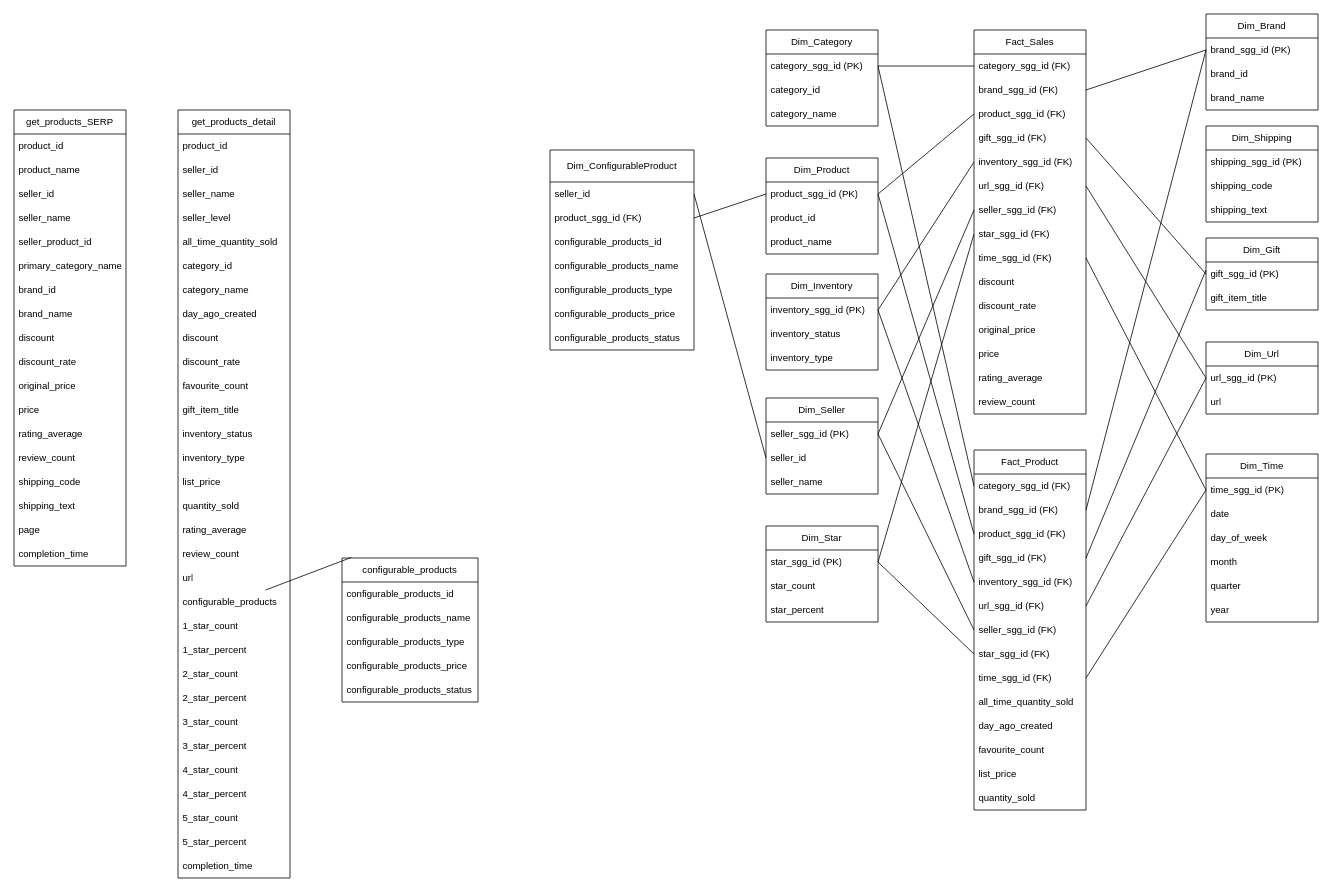
Earlier version of the draw.io diagram page "raw_data" (1 of 2) of schema/schema.drawio (thaitrann/Project_Shopee_ETL_Visualization). Source tidied: cells renumbered, new cells numbered last; positions are measured from the earlier drawing's top-left corner, leaving out a move shared by most shapes. Both pictures are drawn from the tidied source at 80%, with x=0, y=0 at pixel (14, 14).
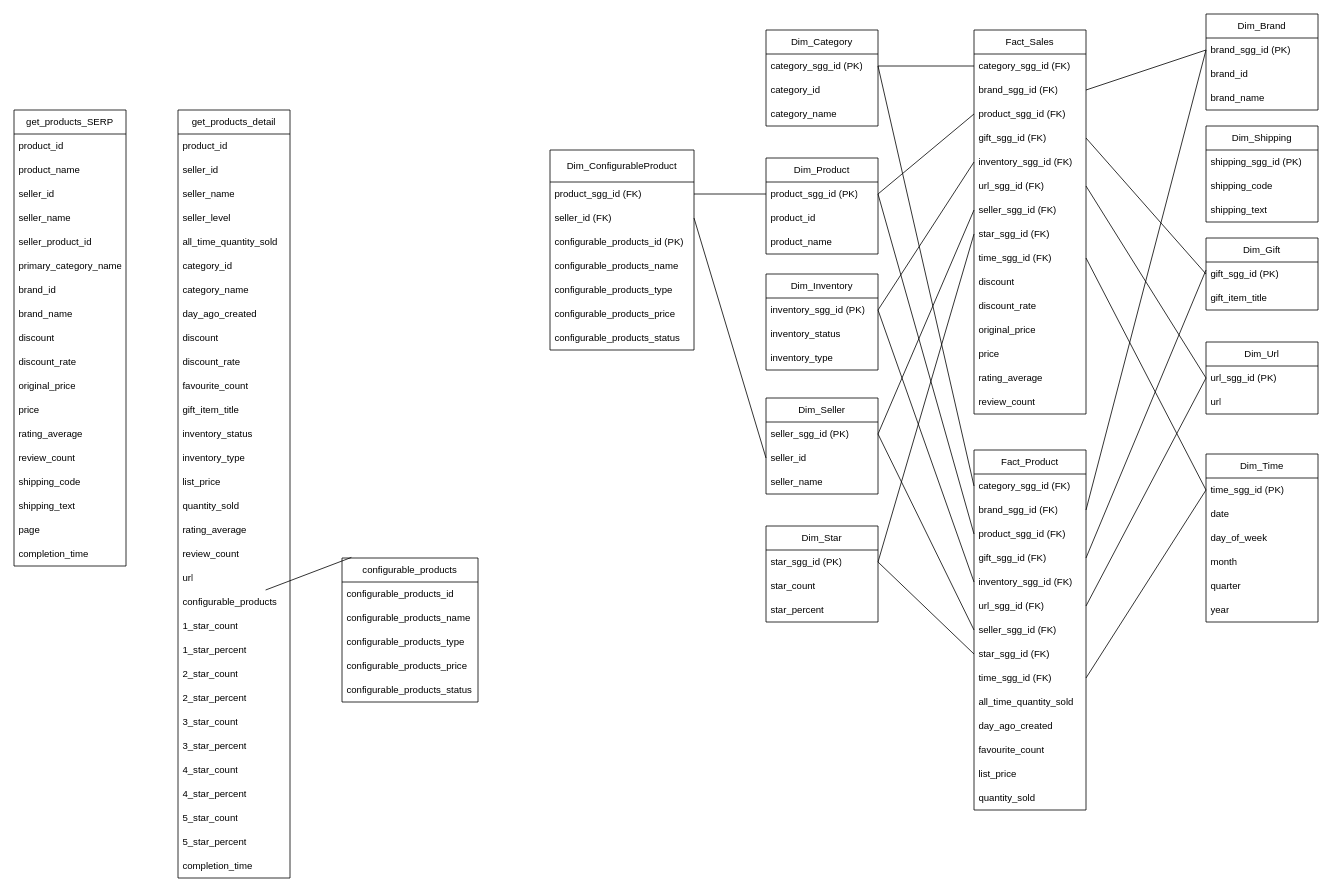
The same page after the edit.

The change refers to these unchanged cells:
```xml
<mxCell id="22" value="Dim_ConfigurableProduct" style="swimlane;fontStyle=0;horizontal=1;startSize=40;whiteSpace=wrap;html=1;" parent="1" vertex="1">
  <mxGeometry x="670" y="170" width="180" height="250" as="geometry" />
</mxCell>
```

Change to the diagram source:
```diff
@@
+    <mxCell id="24" value="product_sgg_id (FK)" style="text;strokeColor=none;fillColor=none;align=left;verticalAlign=middle;spacingLeft=4;spacingRight=4;overflow=hidden;points=[[0,0.5],[1,0.5]];portConstraint=eastwest;whiteSpace=wrap;html=1;" parent="22" vertex="1">
+      <mxGeometry y="40" width="180" height="30" as="geometry" />
+    </mxCell>
-    <mxCell id="23" value="seller_id" style="text;strokeColor=none;fillColor=none;align=left;verticalAlign=middle;spacingLeft=4;spacingRight=4;overflow=hidden;points=[[0,0.5],[1,0.5]];portConstraint=eastwest;whiteSpace=wrap;html=1;" parent="22" vertex="1">
-      <mxGeometry y="40" width="180" height="30" as="geometry" />
+    <mxCell id="23" value="seller_id (FK)" style="text;strokeColor=none;fillColor=none;align=left;verticalAlign=middle;spacingLeft=4;spacingRight=4;overflow=hidden;points=[[0,0.5],[1,0.5]];portConstraint=eastwest;whiteSpace=wrap;html=1;" parent="22" vertex="1">
+      <mxGeometry y="70" width="180" height="30" as="geometry" />
     </mxCell>
-    <mxCell id="24" value="product_sgg_id (FK)" style="text;strokeColor=none;fillColor=none;align=left;verticalAlign=middle;spacingLeft=4;spacingRight=4;overflow=hidden;points=[[0,0.5],[1,0.5]];portConstraint=eastwest;whiteSpace=wrap;html=1;" parent="22" vertex="1">
-      <mxGeometry y="70" width="180" height="30" as="geometry" />
-    </mxCell>
-    <mxCell id="25" value="configurable_products_id" style="text;strokeColor=none;fillColor=none;align=left;verticalAlign=middle;spacingLeft=4;spacingRight=4;overflow=hidden;whiteSpace=wrap;html=1;" parent="22" vertex="1">
+    <mxCell id="25" value="configurable_products_id (PK)" style="text;strokeColor=none;fillColor=none;align=left;verticalAlign=middle;spacingLeft=4;spacingRight=4;overflow=hidden;whiteSpace=wrap;html=1;" parent="22" vertex="1">
       <mxGeometry y="100" width="180" height="30" as="geometry" />
     </mxCell>
```
